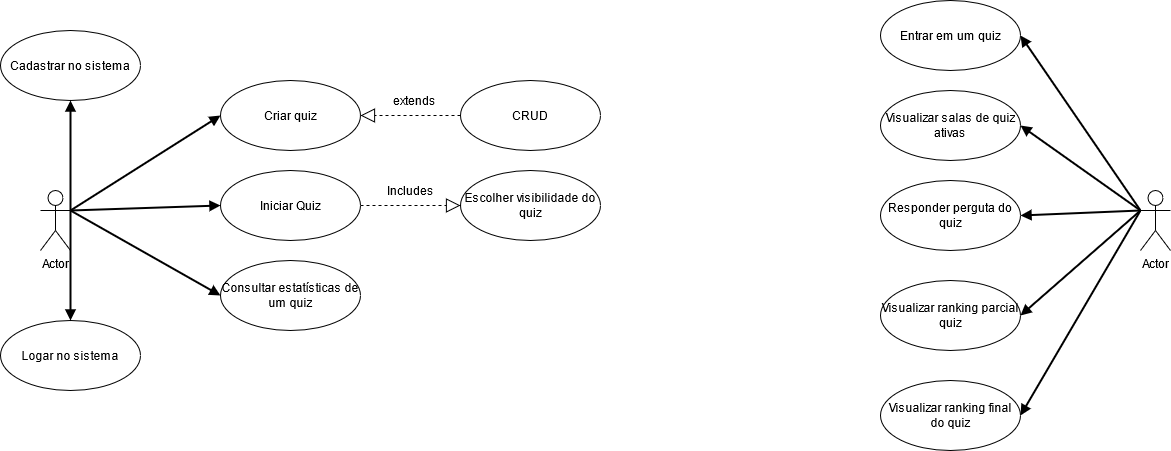
Before: documentacao/imagens/CasosDeUso.png, a diagram exported from draw.io (ICEI-PUC-Minas-PPLES-TI/plf-es-2021-1-ti5-6702100-goask). Source tidied: cells renumbered, new cells last; positions are measured from the earlier drawing's top-left corner, leaving out a move shared by most shapes. The source it was exported from:
```xml
<mxGraphModel>
  <root>
    <mxCell id="0" />
    <mxCell id="1" parent="0" />
    <mxCell id="2" value="Actor" style="shape=umlActor;verticalLabelPosition=bottom;verticalAlign=top;html=1;" parent="1" vertex="1">
      <mxGeometry x="40" y="190" width="30" height="60" as="geometry" />
    </mxCell>
    <mxCell id="3" value="&lt;div&gt;Cadastrar no sistema&lt;/div&gt;" style="ellipse;whiteSpace=wrap;html=1;" parent="1" vertex="1">
      <mxGeometry y="30" width="140" height="70" as="geometry" />
    </mxCell>
    <mxCell id="4" value="Logar no sistema" style="ellipse;whiteSpace=wrap;html=1;" parent="1" vertex="1">
      <mxGeometry y="320" width="140" height="70" as="geometry" />
    </mxCell>
    <mxCell id="5" value="Criar quiz" style="ellipse;whiteSpace=wrap;html=1;" parent="1" vertex="1">
      <mxGeometry x="220" y="80" width="140" height="70" as="geometry" />
    </mxCell>
    <mxCell id="6" style="endArrow=block;dashed=1;endFill=0;endSize=12;html=1;entryX=1;entryY=0.5;entryDx=0;entryDy=0;exitX=0;exitY=0.5;exitDx=0;exitDy=0;" parent="1" edge="1" source="7" target="5">
      <mxGeometry relative="1" as="geometry" />
    </mxCell>
    <mxCell id="7" value="CRUD" style="ellipse;whiteSpace=wrap;html=1;" parent="1" vertex="1">
      <mxGeometry x="460" y="80" width="140" height="70" as="geometry" />
    </mxCell>
    <mxCell id="8" value="extends" style="text;html=1;align=center;verticalAlign=middle;" parent="1" vertex="1">
      <mxGeometry x="384" y="90" width="60" height="20" as="geometry" />
    </mxCell>
    <mxCell id="9" value="Iniciar Quiz" style="ellipse;whiteSpace=wrap;html=1;" parent="1" vertex="1">
      <mxGeometry x="220" y="170" width="140" height="70" as="geometry" />
    </mxCell>
    <mxCell id="10" value="Consultar estatísticas de um quiz" style="ellipse;whiteSpace=wrap;html=1;" parent="1" vertex="1">
      <mxGeometry x="220" y="260" width="140" height="70" as="geometry" />
    </mxCell>
    <mxCell id="11" value="Escolher visibilidade do quiz" style="ellipse;whiteSpace=wrap;html=1;" parent="1" vertex="1">
      <mxGeometry x="460" y="170" width="140" height="70" as="geometry" />
    </mxCell>
    <mxCell id="12" style="endArrow=block;dashed=1;endFill=0;endSize=12;html=1;exitX=1;exitY=0.5;exitDx=0;exitDy=0;entryX=0;entryY=0.5;entryDx=0;entryDy=0;" parent="1" edge="1" source="9" target="11">
      <mxGeometry relative="1" as="geometry" />
    </mxCell>
    <mxCell id="13" value="Includes" style="text;html=1;align=center;verticalAlign=middle;" parent="1" vertex="1">
      <mxGeometry x="380" y="180" width="60" height="20" as="geometry" />
    </mxCell>
    <mxCell id="14" style="endArrow=block;endFill=1;endSize=6;html=1;strokeWidth=2;exitX=1;exitY=0.3333333333333333;exitDx=0;exitDy=0;exitPerimeter=0;entryX=0.5;entryY=1;entryDx=0;entryDy=0;" parent="1" edge="1" source="2" target="3">
      <mxGeometry relative="1" as="geometry" />
    </mxCell>
    <mxCell id="15" style="endArrow=block;endFill=1;endSize=6;html=1;strokeWidth=2;exitX=1;exitY=0.3333333333333333;exitDx=0;exitDy=0;exitPerimeter=0;entryX=0;entryY=0.5;entryDx=0;entryDy=0;" parent="1" edge="1" source="2" target="5">
      <mxGeometry relative="1" as="geometry" />
    </mxCell>
    <mxCell id="16" style="endArrow=block;endFill=1;endSize=6;html=1;strokeWidth=2;exitX=1;exitY=0.3333333333333333;exitDx=0;exitDy=0;exitPerimeter=0;entryX=0;entryY=0.5;entryDx=0;entryDy=0;" parent="1" edge="1" source="2" target="9">
      <mxGeometry relative="1" as="geometry" />
    </mxCell>
    <mxCell id="17" style="endArrow=block;endFill=1;endSize=6;html=1;strokeWidth=2;exitX=1;exitY=0.3333333333333333;exitDx=0;exitDy=0;exitPerimeter=0;entryX=0;entryY=0.5;entryDx=0;entryDy=0;" parent="1" edge="1" source="2" target="10">
      <mxGeometry relative="1" as="geometry" />
    </mxCell>
    <mxCell id="18" style="endArrow=block;endFill=1;endSize=6;html=1;strokeWidth=2;exitX=1;exitY=0.3333333333333333;exitDx=0;exitDy=0;exitPerimeter=0;entryX=0.5;entryY=0;entryDx=0;entryDy=0;" parent="1" edge="1" source="2" target="4">
      <mxGeometry relative="1" as="geometry" />
    </mxCell>
    <mxCell id="19" value="Actor" style="shape=umlActor;verticalLabelPosition=bottom;verticalAlign=top;html=1;" parent="1" vertex="1">
      <mxGeometry x="1140" y="190" width="30" height="60" as="geometry" />
    </mxCell>
    <mxCell id="20" value="&lt;div&gt;Entrar em um quiz&lt;/div&gt;" style="ellipse;whiteSpace=wrap;html=1;" parent="1" vertex="1">
      <mxGeometry x="880" width="140" height="70" as="geometry" />
    </mxCell>
    <mxCell id="21" value="Visualizar salas de quiz ativas" style="ellipse;whiteSpace=wrap;html=1;" parent="1" vertex="1">
      <mxGeometry x="880" y="90" width="140" height="70" as="geometry" />
    </mxCell>
    <mxCell id="22" value="Responder perguta do quiz" style="ellipse;whiteSpace=wrap;html=1;" parent="1" vertex="1">
      <mxGeometry x="880" y="180" width="140" height="70" as="geometry" />
    </mxCell>
    <mxCell id="23" value="Visualizar ranking parcial quiz" style="ellipse;whiteSpace=wrap;html=1;" parent="1" vertex="1">
      <mxGeometry x="880" y="280" width="140" height="70" as="geometry" />
    </mxCell>
    <mxCell id="24" value="Visualizar ranking final do quiz" style="ellipse;whiteSpace=wrap;html=1;" parent="1" vertex="1">
      <mxGeometry x="880" y="380" width="140" height="70" as="geometry" />
    </mxCell>
    <mxCell id="25" style="endArrow=block;endFill=1;endSize=6;html=1;strokeWidth=2;exitX=0;exitY=0.3333333333333333;exitDx=0;exitDy=0;exitPerimeter=0;entryX=1;entryY=0.5;entryDx=0;entryDy=0;" parent="1" edge="1" source="19" target="20">
      <mxGeometry relative="1" as="geometry" />
    </mxCell>
    <mxCell id="26" style="endArrow=block;endFill=1;endSize=6;html=1;strokeWidth=2;exitX=0;exitY=0.3333333333333333;exitDx=0;exitDy=0;exitPerimeter=0;entryX=1;entryY=0.5;entryDx=0;entryDy=0;" parent="1" edge="1" source="19" target="22">
      <mxGeometry relative="1" as="geometry" />
    </mxCell>
    <mxCell id="27" style="endArrow=block;endFill=1;endSize=6;html=1;strokeWidth=2;exitX=0;exitY=0.3333333333333333;exitDx=0;exitDy=0;exitPerimeter=0;entryX=1;entryY=0.5;entryDx=0;entryDy=0;" parent="1" edge="1" source="19" target="24">
      <mxGeometry relative="1" as="geometry" />
    </mxCell>
    <mxCell id="28" style="endArrow=block;endFill=1;endSize=6;html=1;strokeWidth=2;exitX=0;exitY=0.3333333333333333;exitDx=0;exitDy=0;exitPerimeter=0;entryX=1;entryY=0.5;entryDx=0;entryDy=0;" parent="1" edge="1" source="19" target="21">
      <mxGeometry relative="1" as="geometry" />
    </mxCell>
    <mxCell id="29" style="endArrow=block;endFill=1;endSize=6;html=1;strokeWidth=2;exitX=0;exitY=0.3333333333333333;exitDx=0;exitDy=0;exitPerimeter=0;entryX=1;entryY=0.5;entryDx=0;entryDy=0;" parent="1" edge="1" source="19" target="23">
      <mxGeometry relative="1" as="geometry" />
    </mxCell>
  </root>
</mxGraphModel>
```
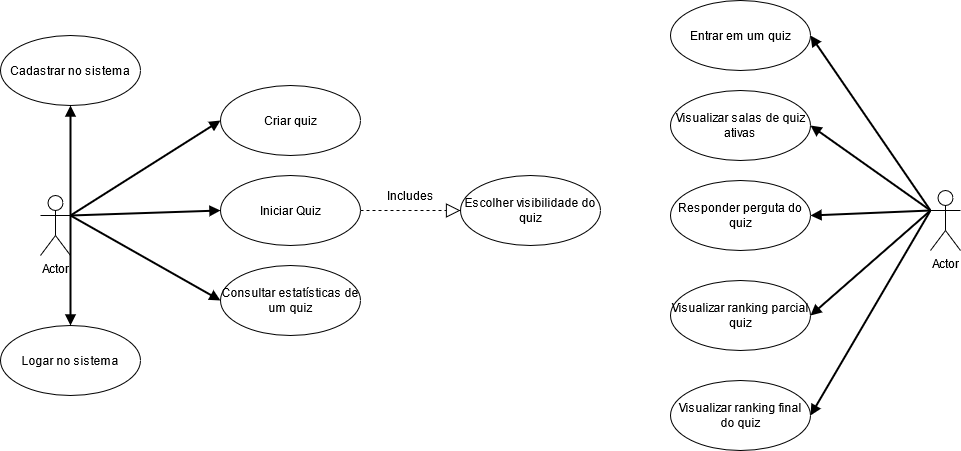
After the commit.

Commit message:
doc/Use case and users history

Change to the diagram source:
```diff
@@ -14,15 +14,6 @@
     <mxCell id="5" value="Criar quiz" style="ellipse;whiteSpace=wrap;html=1;" parent="1" vertex="1">
       <mxGeometry x="220" y="80" width="140" height="70" as="geometry" />
     </mxCell>
-    <mxCell id="6" style="endArrow=block;dashed=1;endFill=0;endSize=12;html=1;entryX=1;entryY=0.5;entryDx=0;entryDy=0;exitX=0;exitY=0.5;exitDx=0;exitDy=0;" parent="1" edge="1" source="7" target="5">
-      <mxGeometry relative="1" as="geometry" />
-    </mxCell>
-    <mxCell id="7" value="CRUD" style="ellipse;whiteSpace=wrap;html=1;" parent="1" vertex="1">
-      <mxGeometry x="460" y="80" width="140" height="70" as="geometry" />
-    </mxCell>
-    <mxCell id="8" value="extends" style="text;html=1;align=center;verticalAlign=middle;" parent="1" vertex="1">
-      <mxGeometry x="384" y="90" width="60" height="20" as="geometry" />
-    </mxCell>
     <mxCell id="9" value="Iniciar Quiz" style="ellipse;whiteSpace=wrap;html=1;" parent="1" vertex="1">
       <mxGeometry x="220" y="170" width="140" height="70" as="geometry" />
     </mxCell>
@@ -54,22 +45,22 @@
       <mxGeometry relative="1" as="geometry" />
     </mxCell>
     <mxCell id="19" value="Actor" style="shape=umlActor;verticalLabelPosition=bottom;verticalAlign=top;html=1;" parent="1" vertex="1">
-      <mxGeometry x="1140" y="190" width="30" height="60" as="geometry" />
+      <mxGeometry x="930" y="185" width="30" height="60" as="geometry" />
     </mxCell>
     <mxCell id="20" value="&lt;div&gt;Entrar em um quiz&lt;/div&gt;" style="ellipse;whiteSpace=wrap;html=1;" parent="1" vertex="1">
-      <mxGeometry x="880" width="140" height="70" as="geometry" />
+      <mxGeometry x="670" y="-5" width="140" height="70" as="geometry" />
     </mxCell>
     <mxCell id="21" value="Visualizar salas de quiz ativas" style="ellipse;whiteSpace=wrap;html=1;" parent="1" vertex="1">
-      <mxGeometry x="880" y="90" width="140" height="70" as="geometry" />
+      <mxGeometry x="670" y="85" width="140" height="70" as="geometry" />
     </mxCell>
     <mxCell id="22" value="Responder perguta do quiz" style="ellipse;whiteSpace=wrap;html=1;" parent="1" vertex="1">
-      <mxGeometry x="880" y="180" width="140" height="70" as="geometry" />
+      <mxGeometry x="670" y="175" width="140" height="70" as="geometry" />
     </mxCell>
     <mxCell id="23" value="Visualizar ranking parcial quiz" style="ellipse;whiteSpace=wrap;html=1;" parent="1" vertex="1">
-      <mxGeometry x="880" y="280" width="140" height="70" as="geometry" />
+      <mxGeometry x="670" y="275" width="140" height="70" as="geometry" />
     </mxCell>
     <mxCell id="24" value="Visualizar ranking final do quiz" style="ellipse;whiteSpace=wrap;html=1;" parent="1" vertex="1">
-      <mxGeometry x="880" y="380" width="140" height="70" as="geometry" />
+      <mxGeometry x="670" y="375" width="140" height="70" as="geometry" />
     </mxCell>
     <mxCell id="25" style="endArrow=block;endFill=1;endSize=6;html=1;strokeWidth=2;exitX=0;exitY=0.3333333333333333;exitDx=0;exitDy=0;exitPerimeter=0;entryX=1;entryY=0.5;entryDx=0;entryDy=0;" parent="1" edge="1" source="19" target="20">
       <mxGeometry relative="1" as="geometry" />
```
